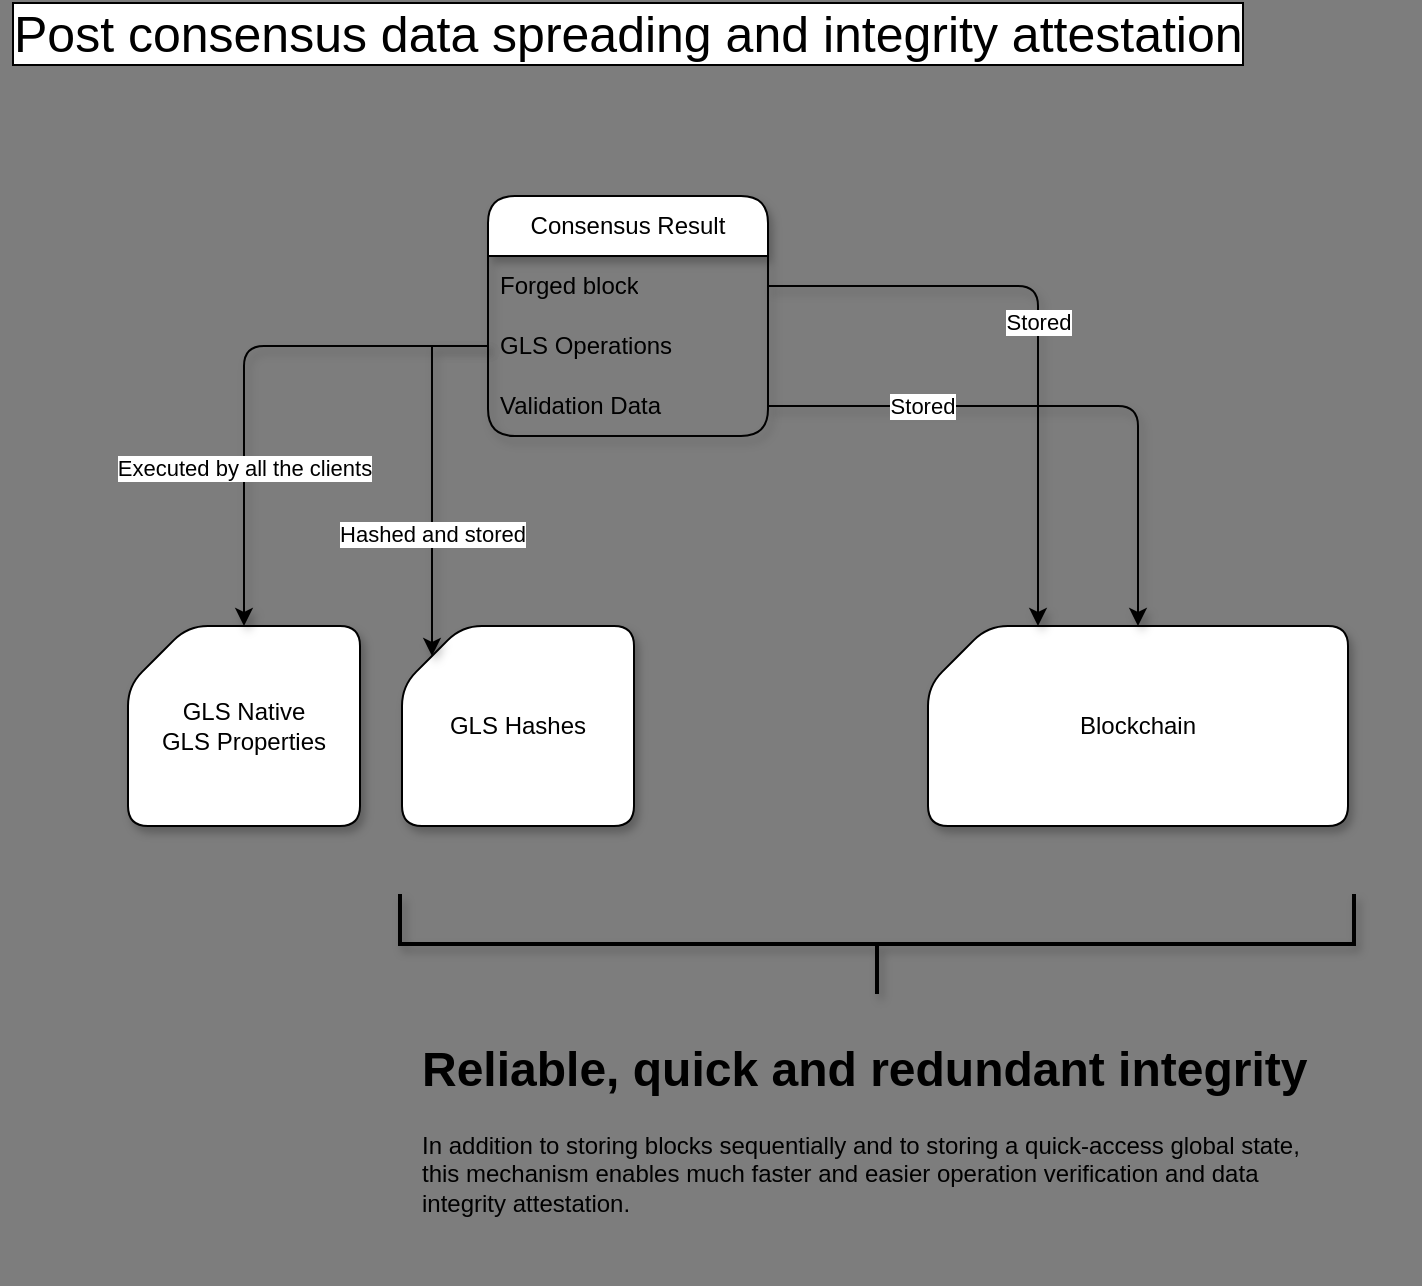
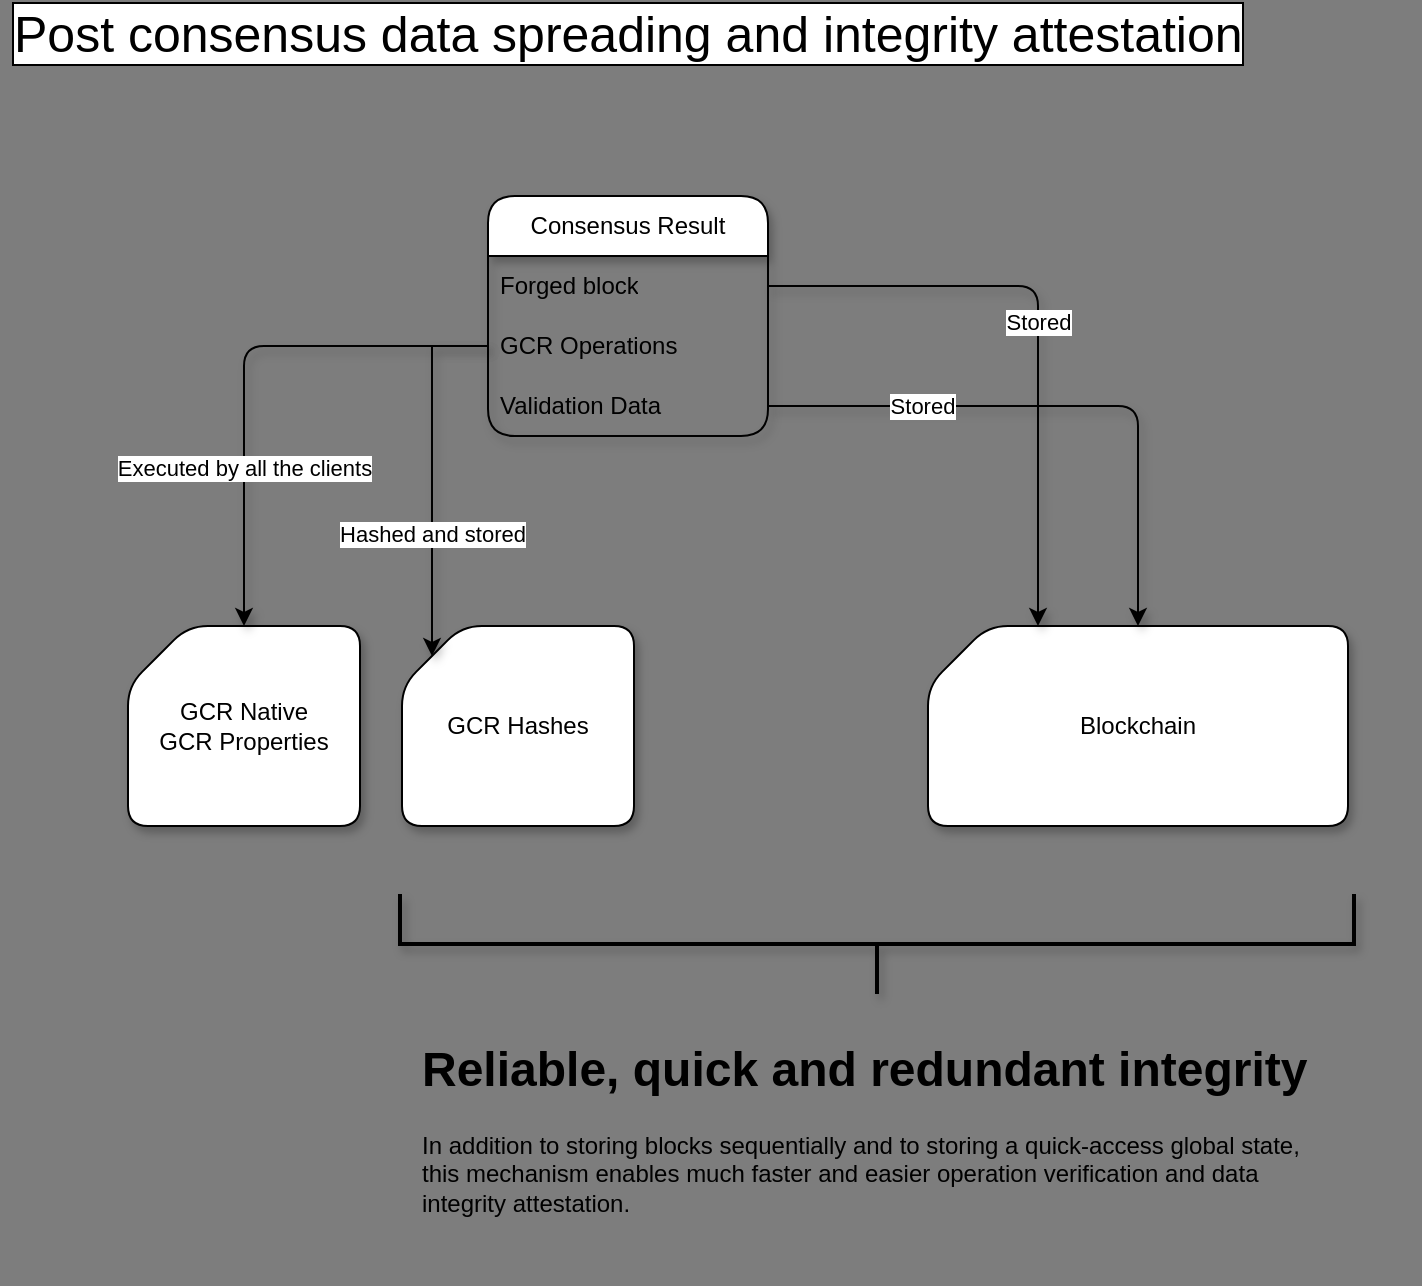
<mxfile host="Electron" modified="2023-12-21T12:21:00.430Z" agent="Mozilla/5.0 (X11; Linux x86_64) AppleWebKit/537.36 (KHTML, like Gecko) draw.io/22.1.2 Chrome/114.0.5735.289 Electron/25.9.4 Safari/537.36" etag="RF0MheNHqrH6qvd7lIkg" version="22.1.2" type="device">
  <diagram name="Pagina-1" id="_bIlElsCaqbqX0w7z6oh">
    <mxGraphModel dx="1114" dy="836" grid="0" gridSize="10" guides="1" tooltips="1" connect="1" arrows="1" fold="1" page="1" pageScale="1" pageWidth="827" pageHeight="1169" background="#7D7D7D" math="0" shadow="0">
      <root>
        <mxCell id="0" />
        <mxCell id="1" parent="0" />
        <mxCell id="kYlBuoQv7y_qrkEEZKRV-1" value="Consensus Result" style="swimlane;fontStyle=0;childLayout=stackLayout;horizontal=1;startSize=30;horizontalStack=0;resizeParent=1;resizeParentMax=0;resizeLast=0;collapsible=1;marginBottom=0;whiteSpace=wrap;html=1;rounded=1;shadow=1;" vertex="1" parent="1">
          <mxGeometry x="250" y="104" width="140" height="120" as="geometry" />
        </mxCell>
        <mxCell id="kYlBuoQv7y_qrkEEZKRV-2" value="Forged block" style="text;strokeColor=none;fillColor=none;align=left;verticalAlign=middle;spacingLeft=4;spacingRight=4;overflow=hidden;points=[[0,0.5],[1,0.5]];portConstraint=eastwest;rotatable=0;whiteSpace=wrap;html=1;rounded=1;shadow=1;" vertex="1" parent="kYlBuoQv7y_qrkEEZKRV-1">
          <mxGeometry y="30" width="140" height="30" as="geometry" />
        </mxCell>
-         <mxCell id="kYlBuoQv7y_qrkEEZKRV-3" value="GLS Operations" style="text;strokeColor=none;fillColor=none;align=left;verticalAlign=middle;spacingLeft=4;spacingRight=4;overflow=hidden;points=[[0,0.5],[1,0.5]];portConstraint=eastwest;rotatable=0;whiteSpace=wrap;html=1;rounded=1;shadow=1;" vertex="1" parent="kYlBuoQv7y_qrkEEZKRV-1">
+         <mxCell id="kYlBuoQv7y_qrkEEZKRV-3" value="GCR Operations" style="text;strokeColor=none;fillColor=none;align=left;verticalAlign=middle;spacingLeft=4;spacingRight=4;overflow=hidden;points=[[0,0.5],[1,0.5]];portConstraint=eastwest;rotatable=0;whiteSpace=wrap;html=1;rounded=1;shadow=1;" vertex="1" parent="kYlBuoQv7y_qrkEEZKRV-1">
          <mxGeometry y="60" width="140" height="30" as="geometry" />
        </mxCell>
        <mxCell id="kYlBuoQv7y_qrkEEZKRV-4" value="Validation Data" style="text;strokeColor=none;fillColor=none;align=left;verticalAlign=middle;spacingLeft=4;spacingRight=4;overflow=hidden;points=[[0,0.5],[1,0.5]];portConstraint=eastwest;rotatable=0;whiteSpace=wrap;html=1;rounded=1;shadow=1;" vertex="1" parent="kYlBuoQv7y_qrkEEZKRV-1">
          <mxGeometry y="90" width="140" height="30" as="geometry" />
        </mxCell>
-         <mxCell id="kYlBuoQv7y_qrkEEZKRV-5" value="GLS Native&lt;br&gt;GLS Properties" style="shape=card;whiteSpace=wrap;html=1;rounded=1;shadow=1;" vertex="1" parent="1">
+         <mxCell id="kYlBuoQv7y_qrkEEZKRV-5" value="GCR Native&lt;br&gt;GCR Properties" style="shape=card;whiteSpace=wrap;html=1;rounded=1;shadow=1;" vertex="1" parent="1">
          <mxGeometry x="70" y="319" width="116" height="100" as="geometry" />
        </mxCell>
        <mxCell id="kYlBuoQv7y_qrkEEZKRV-6" value="Executed by all the clients" style="edgeStyle=orthogonalEdgeStyle;rounded=1;orthogonalLoop=1;jettySize=auto;html=1;entryX=0.5;entryY=0;entryDx=0;entryDy=0;entryPerimeter=0;shadow=1;" edge="1" parent="1" source="kYlBuoQv7y_qrkEEZKRV-3" target="kYlBuoQv7y_qrkEEZKRV-5">
          <mxGeometry x="0.3929" relative="1" as="geometry">
            <mxPoint as="offset" />
          </mxGeometry>
        </mxCell>
        <mxCell id="kYlBuoQv7y_qrkEEZKRV-8" value="Blockchain" style="shape=card;whiteSpace=wrap;html=1;rounded=1;shadow=1;" vertex="1" parent="1">
          <mxGeometry x="470" y="319" width="210" height="100" as="geometry" />
        </mxCell>
        <mxCell id="kYlBuoQv7y_qrkEEZKRV-9" value="Stored" style="edgeStyle=orthogonalEdgeStyle;rounded=1;orthogonalLoop=1;jettySize=auto;html=1;entryX=0;entryY=0;entryDx=55;entryDy=0;entryPerimeter=0;shadow=1;" edge="1" parent="1" source="kYlBuoQv7y_qrkEEZKRV-2" target="kYlBuoQv7y_qrkEEZKRV-8">
          <mxGeometry relative="1" as="geometry" />
        </mxCell>
        <mxCell id="kYlBuoQv7y_qrkEEZKRV-10" value="Stored" style="edgeStyle=orthogonalEdgeStyle;rounded=1;orthogonalLoop=1;jettySize=auto;html=1;shadow=1;" edge="1" parent="1" source="kYlBuoQv7y_qrkEEZKRV-4" target="kYlBuoQv7y_qrkEEZKRV-8">
          <mxGeometry x="-0.4783" relative="1" as="geometry">
            <mxPoint as="offset" />
          </mxGeometry>
        </mxCell>
-         <mxCell id="kYlBuoQv7y_qrkEEZKRV-12" value="GLS Hashes" style="shape=card;whiteSpace=wrap;html=1;rounded=1;shadow=1;" vertex="1" parent="1">
+         <mxCell id="kYlBuoQv7y_qrkEEZKRV-12" value="GCR Hashes" style="shape=card;whiteSpace=wrap;html=1;rounded=1;shadow=1;" vertex="1" parent="1">
          <mxGeometry x="207" y="319" width="116" height="100" as="geometry" />
        </mxCell>
        <mxCell id="kYlBuoQv7y_qrkEEZKRV-14" value="Hashed and stored" style="edgeStyle=orthogonalEdgeStyle;rounded=0;orthogonalLoop=1;jettySize=auto;html=1;entryX=0;entryY=0;entryDx=15;entryDy=15;entryPerimeter=0;shadow=1;" edge="1" parent="1" source="kYlBuoQv7y_qrkEEZKRV-3" target="kYlBuoQv7y_qrkEEZKRV-12">
          <mxGeometry x="0.3333" relative="1" as="geometry">
            <mxPoint as="offset" />
          </mxGeometry>
        </mxCell>
        <mxCell id="kYlBuoQv7y_qrkEEZKRV-17" value="" style="strokeWidth=2;html=1;shape=mxgraph.flowchart.annotation_2;align=left;labelPosition=right;pointerEvents=1;rotation=-90;shadow=1;" vertex="1" parent="1">
          <mxGeometry x="419.5" y="239.5" width="50" height="477" as="geometry" />
        </mxCell>
        <mxCell id="kYlBuoQv7y_qrkEEZKRV-18" value="&lt;h1&gt;Reliable, quick and redundant integrity&lt;/h1&gt;&lt;p&gt;In addition to storing blocks sequentially and to storing a quick-access global state, this mechanism enables much faster and easier operation verification and data&lt;br&gt;integrity attestation.&lt;/p&gt;" style="text;html=1;strokeColor=none;fillColor=none;spacing=5;spacingTop=-20;whiteSpace=wrap;overflow=hidden;rounded=0;shadow=1;glass=0;" vertex="1" parent="1">
          <mxGeometry x="211.75" y="521" width="465.5" height="120" as="geometry" />
        </mxCell>
        <mxCell id="kYlBuoQv7y_qrkEEZKRV-19" value="Post consensus data spreading and integrity attestation" style="text;html=1;strokeColor=none;fillColor=none;align=left;verticalAlign=middle;whiteSpace=wrap;rounded=1;fontSize=25;rotation=0;labelBorderColor=default;labelBackgroundColor=default;shadow=1;" vertex="1" parent="1">
          <mxGeometry x="10" y="11" width="700" height="22" as="geometry" />
        </mxCell>
      </root>
    </mxGraphModel>
  </diagram>
</mxfile>
